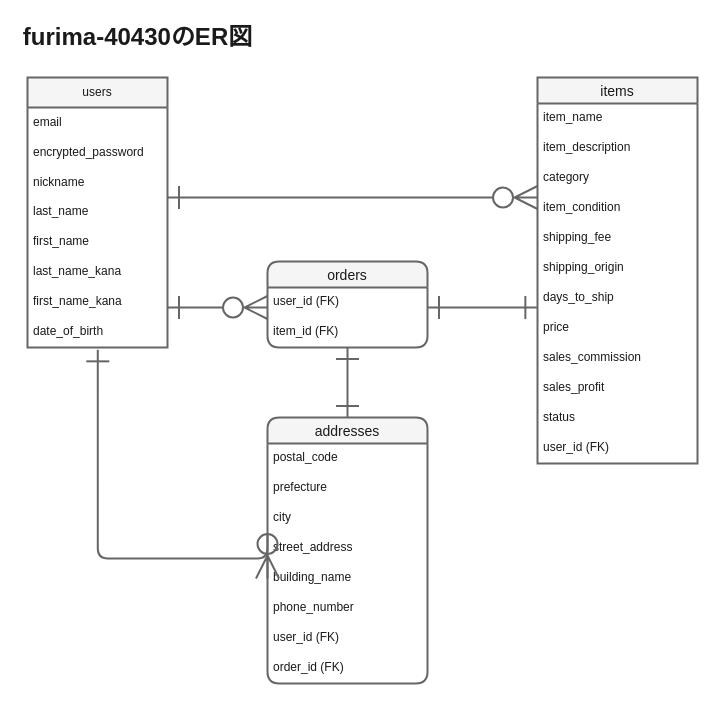
Earlier version of the draw.io diagram er_diagram.dio (apricona/furima-40430). Source tidied: cells renumbered, new cells numbered last; positions are measured from the earlier drawing's top-left corner, leaving out a move shared by most shapes. Both pictures are drawn from the tidied source at 100%, with x=0, y=0 at pixel (17, 17).
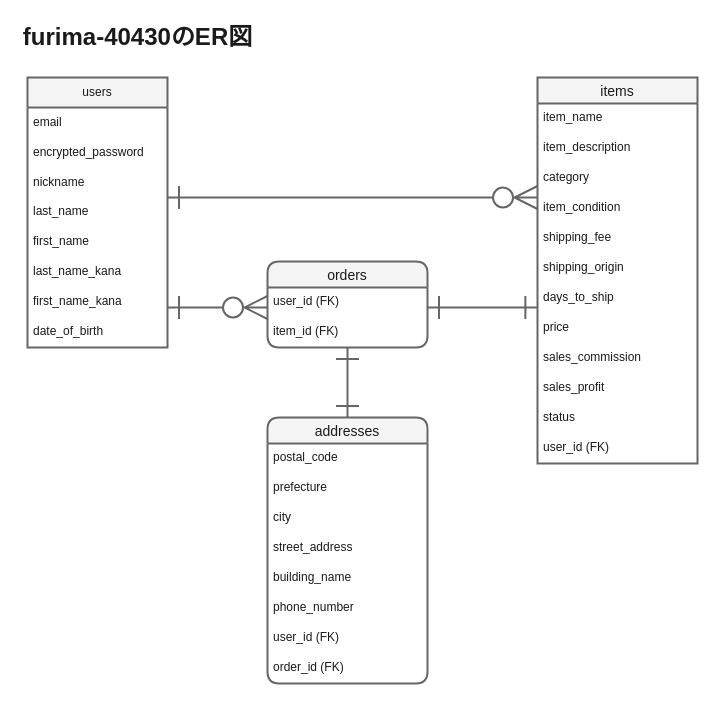
Above is the later version.

Commit message (it also covers changes not shown here):
ER図,,README修正③

Unchanged cells that the change refers to:
```xml
<mxCell id="10" value="date_of_birth" style="text;strokeColor=none;fillColor=none;spacingLeft=4;spacingRight=4;overflow=hidden;points=[[0,0.5],[1,0.5]];portConstraint=eastwest;fontSize=12;fontColor=#1A1A1A;" parent="2" vertex="1">
  <mxGeometry y="240" width="140" height="30" as="geometry" />
</mxCell>
<mxCell id="29" value="building_name" style="text;strokeColor=none;fillColor=none;spacingLeft=4;spacingRight=4;overflow=hidden;points=[[0,0.5],[1,0.5]];portConstraint=eastwest;fontSize=12;fontColor=#1A1A1A;" parent="24" vertex="1">
  <mxGeometry y="146" width="160" height="30" as="geometry" />
</mxCell>
```

What changed in the source:
```diff
@@
-    <mxCell id="34" style="edgeStyle=orthogonalEdgeStyle;jumpSize=6;html=1;exitX=0;exitY=0.5;exitDx=0;exitDy=0;strokeWidth=2;startArrow=ERzeroToMany;startFill=0;endArrow=ERone;endFill=0;startSize=20;endSize=20;fontColor=#1A1A1A;strokeColor=#666666;entryX=0.502;entryY=1.078;entryDx=0;entryDy=0;entryPerimeter=0;" parent="1" edge="1" source="29" target="10">
-      <mxGeometry relative="1" as="geometry">
-        <Array as="points">
-          <mxPoint x="80" y="541" />
-        </Array>
-      </mxGeometry>
-    </mxCell>
```
